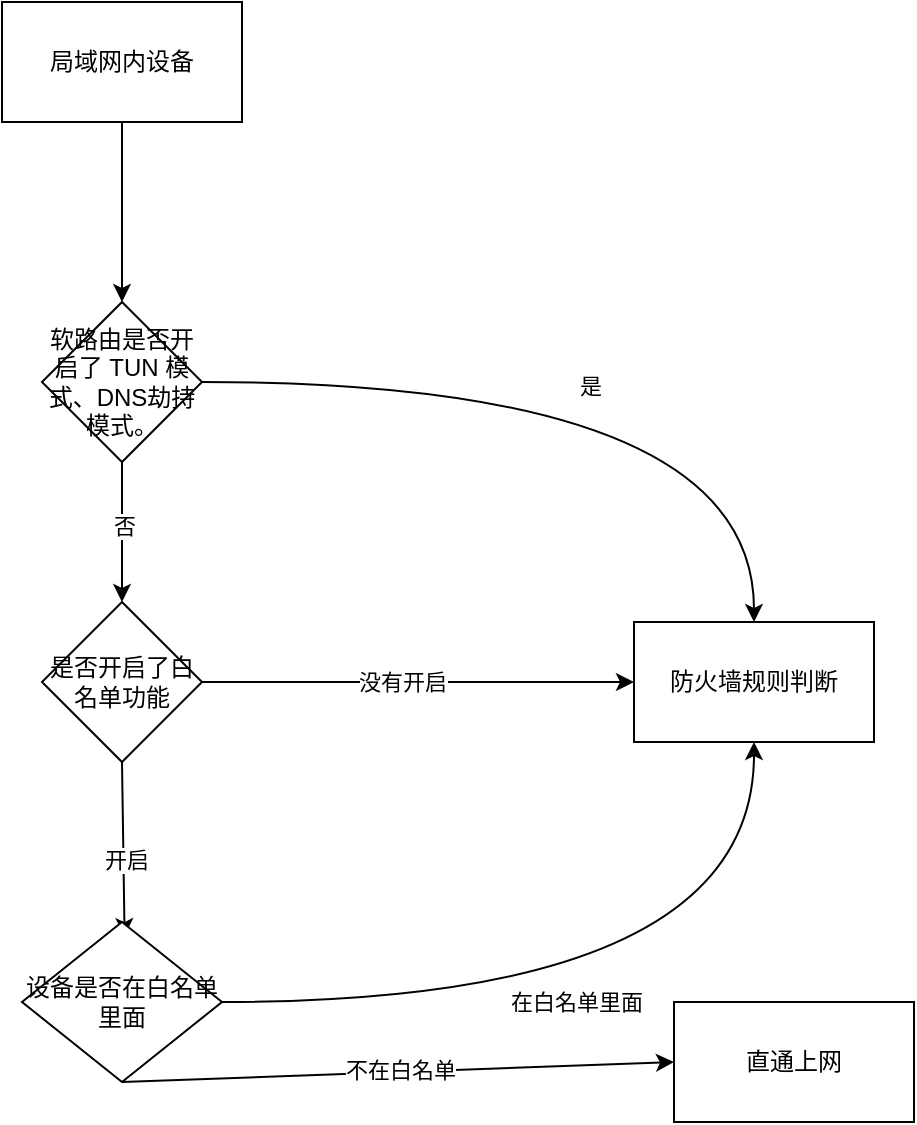
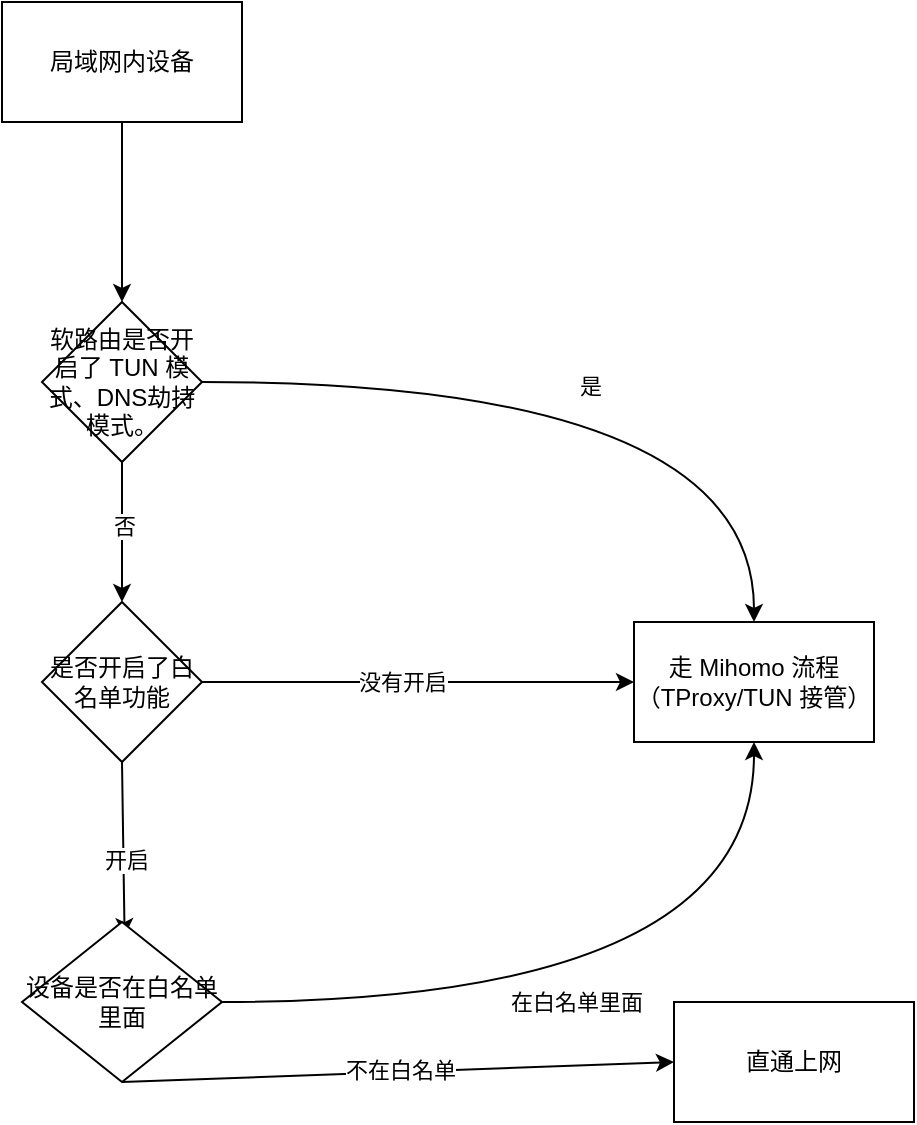
<mxfile host="65bd71144e">
    <diagram id="YEAHZ3-R93WF2NKk3iH4" name="Page-1">
        <mxGraphModel dx="1146" dy="681" grid="1" gridSize="10" guides="1" tooltips="1" connect="1" arrows="1" fold="1" page="1" pageScale="1" pageWidth="827" pageHeight="1169" math="0" shadow="0">
            <root>
                <mxCell id="0"/>
                <mxCell id="1" parent="0"/>
                <mxCell id="9" style="edgeStyle=none;html=1;exitX=0.5;exitY=1;exitDx=0;exitDy=0;entryX=0.5;entryY=0;entryDx=0;entryDy=0;" edge="1" parent="1" source="2" target="3">
                    <mxGeometry relative="1" as="geometry"/>
                </mxCell>
                <mxCell id="2" value="局域网内设备" style="rounded=0;whiteSpace=wrap;html=1;" vertex="1" parent="1">
                    <mxGeometry x="294" y="70" width="120" height="60" as="geometry"/>
                </mxCell>
                <mxCell id="6" style="edgeStyle=orthogonalEdgeStyle;html=1;exitX=1;exitY=0.5;exitDx=0;exitDy=0;entryX=0.5;entryY=0;entryDx=0;entryDy=0;curved=1;" edge="1" parent="1" source="3" target="4">
                    <mxGeometry relative="1" as="geometry"/>
                </mxCell>
                <mxCell id="17" value="是" style="edgeLabel;html=1;align=center;verticalAlign=middle;resizable=0;points=[];" vertex="1" connectable="0" parent="6">
                    <mxGeometry x="-0.021" y="-2" relative="1" as="geometry">
                        <mxPoint as="offset"/>
                    </mxGeometry>
                </mxCell>
                <mxCell id="14" style="edgeStyle=none;html=1;exitX=0.5;exitY=1;exitDx=0;exitDy=0;entryX=0.5;entryY=0;entryDx=0;entryDy=0;" edge="1" parent="1" source="3" target="12">
                    <mxGeometry relative="1" as="geometry"/>
                </mxCell>
                <mxCell id="18" value="否" style="edgeLabel;html=1;align=center;verticalAlign=middle;resizable=0;points=[];" vertex="1" connectable="0" parent="14">
                    <mxGeometry x="-0.08" y="1" relative="1" as="geometry">
                        <mxPoint as="offset"/>
                    </mxGeometry>
                </mxCell>
                <mxCell id="3" value="软路由是否开启了 TUN 模式、DNS劫持模式。" style="rhombus;whiteSpace=wrap;html=1;" vertex="1" parent="1">
                    <mxGeometry x="314" y="220" width="80" height="80" as="geometry"/>
                </mxCell>
-                 <mxCell id="4" value="防火墙规则判断" style="rounded=0;whiteSpace=wrap;html=1;" vertex="1" parent="1">
+                 <mxCell id="4" value="走 Mihomo 流程（TProxy/TUN 接管）" style="rounded=0;whiteSpace=wrap;html=1;" vertex="1" parent="1">
                    <mxGeometry x="610" y="380" width="120" height="60" as="geometry"/>
                </mxCell>
                <mxCell id="15" style="edgeStyle=none;html=1;exitX=0.5;exitY=1;exitDx=0;exitDy=0;entryX=0.513;entryY=0.088;entryDx=0;entryDy=0;entryPerimeter=0;" edge="1" parent="1" source="12" target="13">
                    <mxGeometry relative="1" as="geometry">
                        <mxPoint x="354" y="500" as="targetPoint"/>
                    </mxGeometry>
                </mxCell>
                <mxCell id="19" value="开启" style="edgeLabel;html=1;align=center;verticalAlign=middle;resizable=0;points=[];" vertex="1" connectable="0" parent="15">
                    <mxGeometry x="0.118" y="1" relative="1" as="geometry">
                        <mxPoint as="offset"/>
                    </mxGeometry>
                </mxCell>
                <mxCell id="20" style="edgeStyle=none;html=1;exitX=1;exitY=0.5;exitDx=0;exitDy=0;entryX=0;entryY=0.5;entryDx=0;entryDy=0;" edge="1" parent="1" source="12" target="4">
                    <mxGeometry relative="1" as="geometry"/>
                </mxCell>
                <mxCell id="22" value="没有开启" style="edgeLabel;html=1;align=center;verticalAlign=middle;resizable=0;points=[];" vertex="1" connectable="0" parent="20">
                    <mxGeometry x="-0.0797" relative="1" as="geometry">
                        <mxPoint as="offset"/>
                    </mxGeometry>
                </mxCell>
                <mxCell id="12" value="&lt;span style=&quot;color: rgb(0, 0, 0);&quot;&gt;是否开启了白名单功能&lt;/span&gt;" style="rhombus;whiteSpace=wrap;html=1;" vertex="1" parent="1">
                    <mxGeometry x="314" y="370" width="80" height="80" as="geometry"/>
                </mxCell>
                <mxCell id="23" style="edgeStyle=none;html=1;entryX=0;entryY=0.5;entryDx=0;entryDy=0;exitX=0.5;exitY=1;exitDx=0;exitDy=0;" edge="1" parent="1" source="13" target="16">
                    <mxGeometry relative="1" as="geometry"/>
                </mxCell>
                <mxCell id="24" value="不在白名单" style="edgeLabel;html=1;align=center;verticalAlign=middle;resizable=0;points=[];" vertex="1" connectable="0" parent="23">
                    <mxGeometry x="0.0066" y="1" relative="1" as="geometry">
                        <mxPoint as="offset"/>
                    </mxGeometry>
                </mxCell>
                <mxCell id="25" style="edgeStyle=orthogonalEdgeStyle;html=1;exitX=1;exitY=0.5;exitDx=0;exitDy=0;entryX=0.5;entryY=1;entryDx=0;entryDy=0;curved=1;" edge="1" parent="1" source="13" target="4">
                    <mxGeometry relative="1" as="geometry"/>
                </mxCell>
                <mxCell id="26" value="在白名单里面" style="edgeLabel;html=1;align=center;verticalAlign=middle;resizable=0;points=[];" vertex="1" connectable="0" parent="25">
                    <mxGeometry x="-0.1097" relative="1" as="geometry">
                        <mxPoint as="offset"/>
                    </mxGeometry>
                </mxCell>
                <mxCell id="13" value="&lt;span style=&quot;color: rgb(0, 0, 0);&quot;&gt;设备是否在白名单里面&lt;/span&gt;" style="rhombus;whiteSpace=wrap;html=1;" vertex="1" parent="1">
                    <mxGeometry x="304" y="530" width="100" height="80" as="geometry"/>
                </mxCell>
                <mxCell id="16" value="直通上网" style="rounded=0;whiteSpace=wrap;html=1;" vertex="1" parent="1">
                    <mxGeometry x="630" y="570" width="120" height="60" as="geometry"/>
                </mxCell>
            </root>
        </mxGraphModel>
    </diagram>
</mxfile>